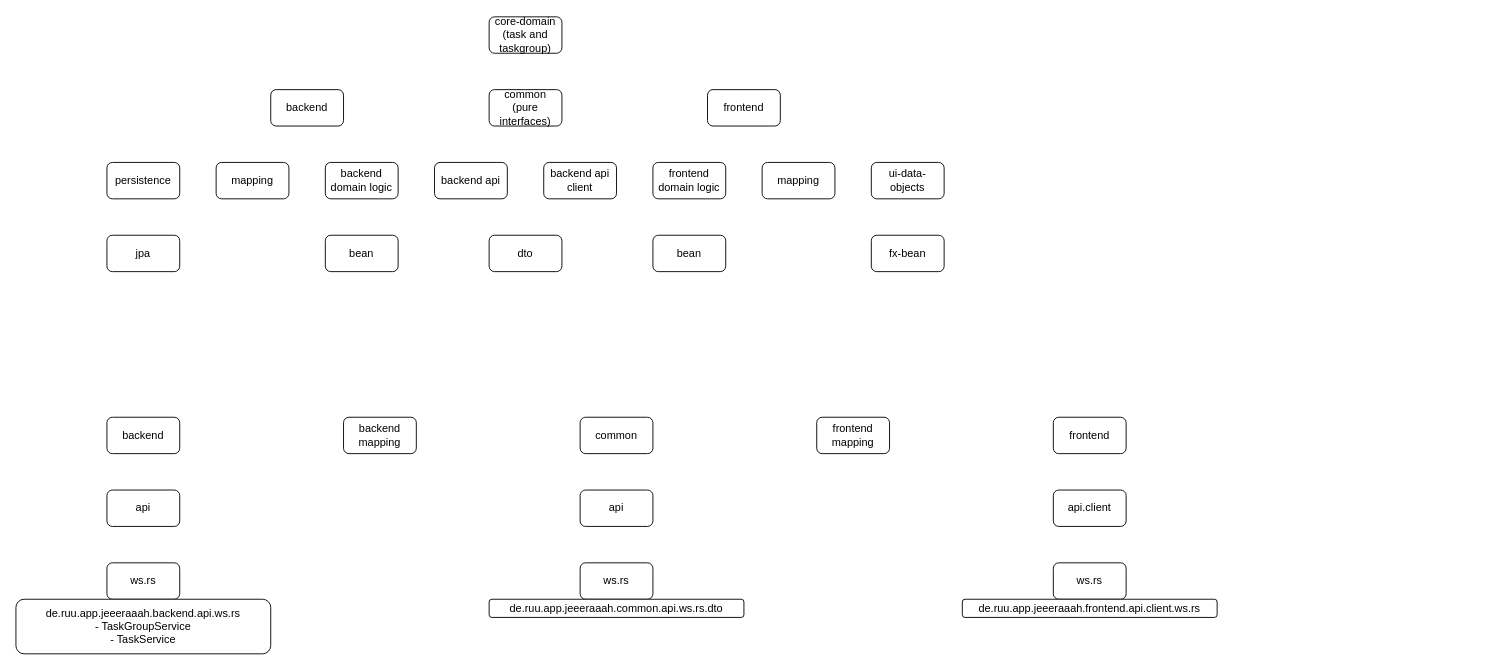
Before: doc/pic/domain components cut.drawio in r-uu/r-uu.codespace, a draw.io diagram. Source tidied: cells renumbered, new cells numbered last; positions are measured from the earlier drawing's top-left corner, leaving out a move shared by most shapes. Both pictures are drawn from the tidied source at 91%, with x=0, y=0 at pixel (15, 16).
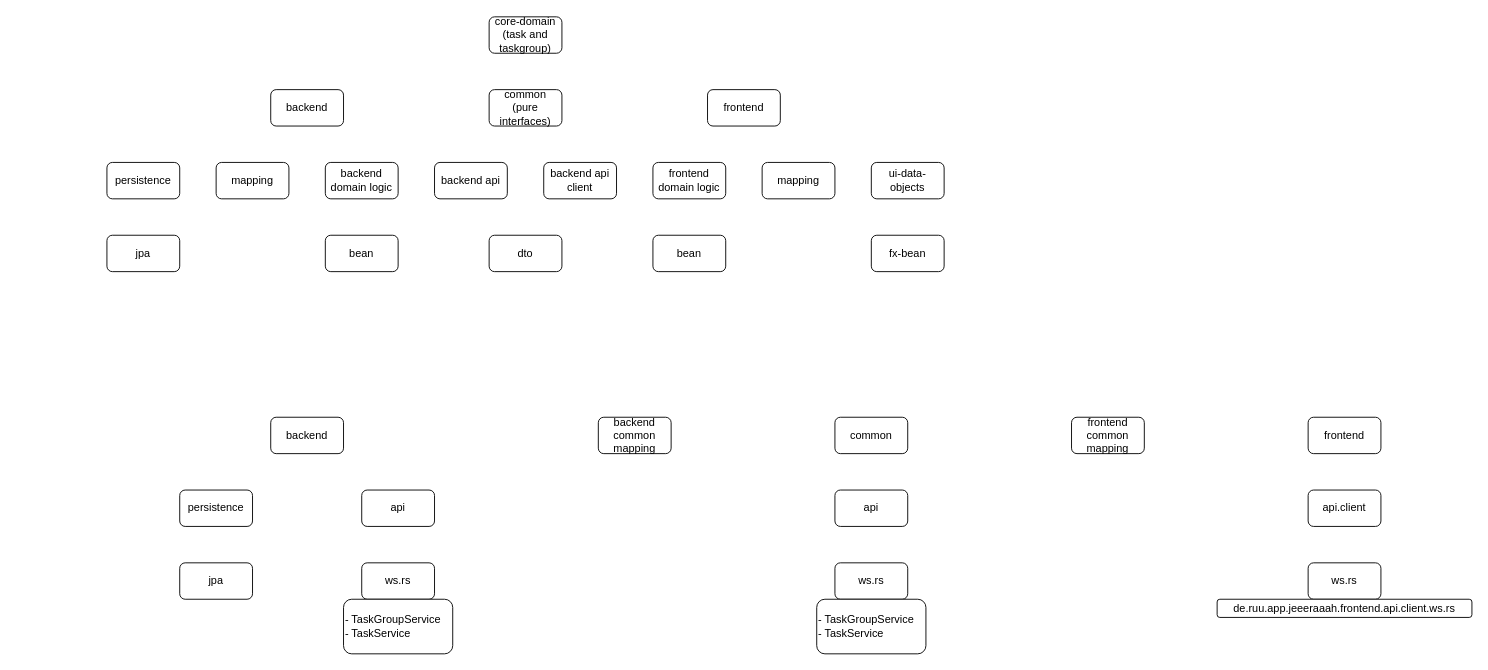
After the change.

The edit, as a diff of the source:
```diff
@@
     <mxCell id="19" value="backend" style="rounded=1;whiteSpace=wrap;html=1;" parent="1" vertex="1">
-      <mxGeometry x="100" y="440" width="80" height="40" as="geometry" />
+      <mxGeometry x="280" y="440" width="80" height="40" as="geometry" />
     </mxCell>
     <mxCell id="20" value="api" style="rounded=1;whiteSpace=wrap;html=1;" parent="1" vertex="1">
-      <mxGeometry x="100" y="520" width="80" height="40" as="geometry" />
+      <mxGeometry x="380" y="520" width="80" height="40" as="geometry" />
     </mxCell>
     <mxCell id="21" value="ws.rs" style="rounded=1;whiteSpace=wrap;html=1;" parent="1" vertex="1">
-      <mxGeometry x="100" y="600" width="80" height="40" as="geometry" />
+      <mxGeometry x="380" y="600" width="80" height="40" as="geometry" />
     </mxCell>
     <mxCell id="22" value="frontend" style="rounded=1;whiteSpace=wrap;html=1;" parent="1" vertex="1">
-      <mxGeometry x="1140" y="440" width="80" height="40" as="geometry" />
+      <mxGeometry x="1420" y="440" width="80" height="40" as="geometry" />
     </mxCell>
     <mxCell id="23" value="api.client" style="rounded=1;whiteSpace=wrap;html=1;" parent="1" vertex="1">
-      <mxGeometry x="1140" y="520" width="80" height="40" as="geometry" />
+      <mxGeometry x="1420" y="520" width="80" height="40" as="geometry" />
     </mxCell>
     <mxCell id="24" value="ws.rs" style="rounded=1;whiteSpace=wrap;html=1;" parent="1" vertex="1">
-      <mxGeometry x="1140" y="600" width="80" height="40" as="geometry" />
+      <mxGeometry x="1420" y="600" width="80" height="40" as="geometry" />
     </mxCell>
     <mxCell id="25" value="common" style="rounded=1;whiteSpace=wrap;html=1;" parent="1" vertex="1">
-      <mxGeometry x="620" y="440" width="80" height="40" as="geometry" />
+      <mxGeometry x="900" y="440" width="80" height="40" as="geometry" />
     </mxCell>
     <mxCell id="26" value="api" style="rounded=1;whiteSpace=wrap;html=1;" parent="1" vertex="1">
-      <mxGeometry x="620" y="520" width="80" height="40" as="geometry" />
+      <mxGeometry x="900" y="520" width="80" height="40" as="geometry" />
     </mxCell>
     <mxCell id="27" value="ws.rs" style="rounded=1;whiteSpace=wrap;html=1;" parent="1" vertex="1">
-      <mxGeometry x="620" y="600" width="80" height="40" as="geometry" />
+      <mxGeometry x="900" y="600" width="80" height="40" as="geometry" />
     </mxCell>
-    <mxCell id="28" value="de.ruu.app.jeeeraaah.common.api.ws.rs.dto" style="rounded=1;whiteSpace=wrap;html=1;" parent="1" vertex="1">
-      <mxGeometry x="520" y="640" width="280" height="20" as="geometry" />
-    </mxCell>
     <mxCell id="29" value="de.ruu.app.jeeeraaah.frontend.api.client.ws.rs" style="rounded=1;whiteSpace=wrap;html=1;" parent="1" vertex="1">
-      <mxGeometry x="1040" y="640" width="280" height="20" as="geometry" />
+      <mxGeometry x="1320" y="640" width="280" height="20" as="geometry" />
     </mxCell>
-    <mxCell id="30" value="de.ruu.app.jeeeraaah.backend.api.ws.rs&lt;div&gt;- TaskGroupService&lt;/div&gt;&lt;div&gt;- TaskService&lt;/div&gt;" style="rounded=1;whiteSpace=wrap;html=1;" parent="1" vertex="1">
-      <mxGeometry y="640" width="280" height="60" as="geometry" />
+    <mxCell id="30" value="&lt;div&gt;- TaskGroupService&lt;/div&gt;&lt;div&gt;- TaskService&lt;/div&gt;" style="rounded=1;whiteSpace=wrap;html=1;align=left;" parent="1" vertex="1">
+      <mxGeometry x="360" y="640" width="120" height="60" as="geometry" />
     </mxCell>
-    <mxCell id="31" value="backend&lt;br&gt;mapping" style="rounded=1;whiteSpace=wrap;html=1;" parent="1" vertex="1">
-      <mxGeometry x="360" y="440" width="80" height="40" as="geometry" />
+    <mxCell id="31" value="backend&lt;br&gt;common mapping" style="rounded=1;whiteSpace=wrap;html=1;" parent="1" vertex="1">
+      <mxGeometry x="640" y="440" width="80" height="40" as="geometry" />
     </mxCell>
-    <mxCell id="32" value="frontend&lt;br&gt;mapping" style="rounded=1;whiteSpace=wrap;html=1;" parent="1" vertex="1">
-      <mxGeometry x="880" y="440" width="80" height="40" as="geometry" />
+    <mxCell id="32" value="frontend common&lt;br&gt;mapping" style="rounded=1;whiteSpace=wrap;html=1;" parent="1" vertex="1">
+      <mxGeometry x="1160" y="440" width="80" height="40" as="geometry" />
     </mxCell>
+    <mxCell id="33" value="persistence" style="rounded=1;whiteSpace=wrap;html=1;" parent="1" vertex="1">
+      <mxGeometry x="180" y="520" width="80" height="40" as="geometry" />
+    </mxCell>
+    <mxCell id="34" value="jpa" style="rounded=1;whiteSpace=wrap;html=1;" parent="1" vertex="1">
+      <mxGeometry x="180" y="600" width="80" height="40" as="geometry" />
+    </mxCell>
+    <mxCell id="35" value="&lt;div&gt;- TaskGroupService&lt;/div&gt;&lt;div&gt;- TaskService&lt;/div&gt;" style="rounded=1;whiteSpace=wrap;html=1;align=left;" parent="1" vertex="1">
+      <mxGeometry x="880" y="640" width="120" height="60" as="geometry" />
+    </mxCell>
```
